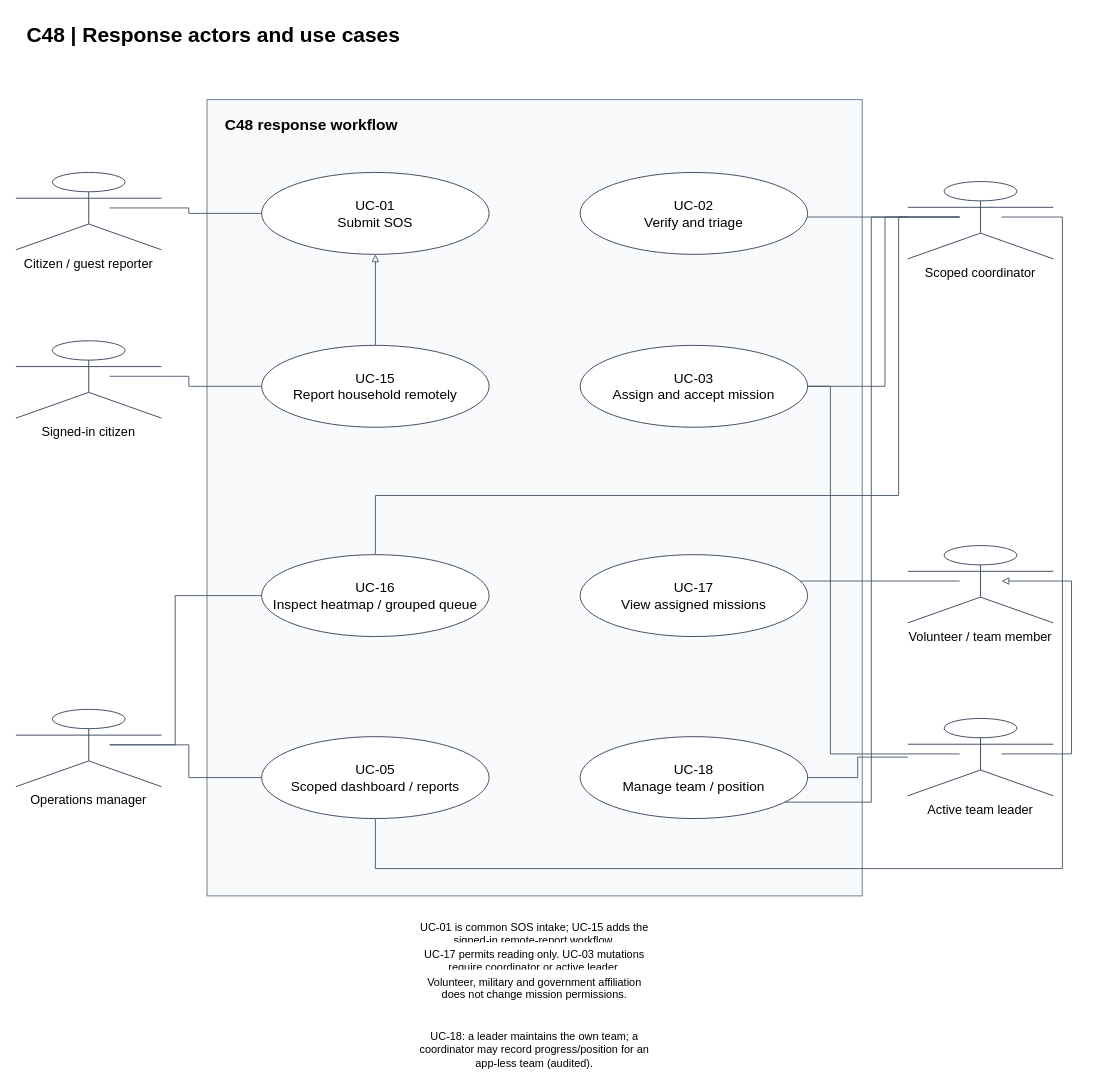
The draw.io diagram docs/diagrams/c48-response-use-cases.drawio in sangvirgo/disaster-relief-management, before the edit. Source tidied: cells renumbered, new cells numbered last; positions are measured from the earlier drawing's top-left corner, leaving out a move shared by most shapes. Both pictures are drawn from the tidied source at 91%, with x=0, y=0 at pixel (15, 15).
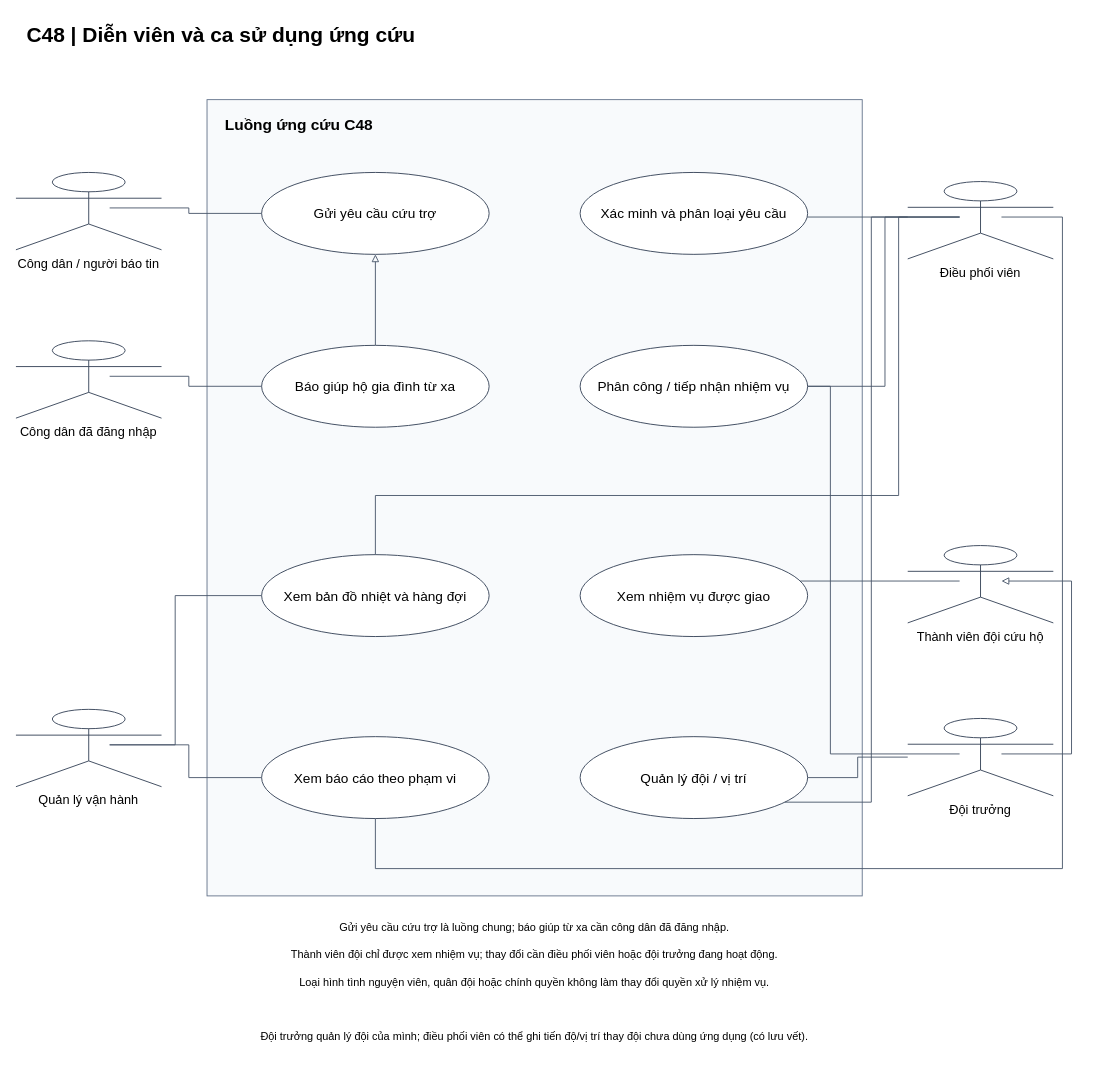
The same diagram, later.

Diff of the diagram source:
```diff
@@
-    <mxCell id="2" value="C48 | Response actors and use cases" style="text;html=0;fontSize=23;fontStyle=1;align=left;strokeColor=none;fillColor=none;" parent="1" vertex="1">
+    <mxCell id="2" value="C48 | Diễn viên và ca sử dụng ứng cứu" style="text;html=0;fontSize=23;fontStyle=1;align=left;strokeColor=none;fillColor=none;" parent="1" vertex="1">
       <mxGeometry x="10" width="1120" height="45" as="geometry" />
     </mxCell>
-    <mxCell id="3" value="C48 response workflow" style="rounded=0;whiteSpace=wrap;html=0;verticalAlign=top;align=left;spacingLeft=18;spacingTop=12;fontStyle=1;fontSize=17;fillColor=#f8fafc;strokeColor=#64748b;" parent="1" vertex="1">
+    <mxCell id="3" value="Luồng ứng cứu C48" style="rounded=0;whiteSpace=wrap;html=0;verticalAlign=top;align=left;spacingLeft=18;spacingTop=12;fontStyle=1;fontSize=17;fillColor=#f8fafc;strokeColor=#64748b;" parent="1" vertex="1">
       <mxGeometry x="210" y="92" width="720" height="875" as="geometry" />
     </mxCell>
@@
-    <mxCell id="16" value="Citizen / guest reporter" style="shape=umlActor;verticalLabelPosition=bottom;verticalAlign=top;html=0;outlineConnect=0;fillColor=#ffffff;strokeColor=#334155;fontSize=14;" parent="1" vertex="1">
+    <mxCell id="16" value="Công dân / người báo tin" style="shape=umlActor;verticalLabelPosition=bottom;verticalAlign=top;html=0;outlineConnect=0;fillColor=#ffffff;strokeColor=#334155;fontSize=14;" parent="1" vertex="1">
       <mxGeometry y="172" width="160" height="85" as="geometry" />
     </mxCell>
-    <mxCell id="17" value="Signed-in citizen" style="shape=umlActor;verticalLabelPosition=bottom;verticalAlign=top;html=0;outlineConnect=0;fillColor=#ffffff;strokeColor=#334155;fontSize=14;" parent="1" vertex="1">
+    <mxCell id="17" value="Công dân đã đăng nhập" style="shape=umlActor;verticalLabelPosition=bottom;verticalAlign=top;html=0;outlineConnect=0;fillColor=#ffffff;strokeColor=#334155;fontSize=14;" parent="1" vertex="1">
       <mxGeometry y="357" width="160" height="85" as="geometry" />
     </mxCell>
-    <mxCell id="18" value="Scoped coordinator" style="shape=umlActor;verticalLabelPosition=bottom;verticalAlign=top;html=0;outlineConnect=0;fillColor=#ffffff;strokeColor=#334155;fontSize=14;" parent="1" vertex="1">
+    <mxCell id="18" value="Điều phối viên" style="shape=umlActor;verticalLabelPosition=bottom;verticalAlign=top;html=0;outlineConnect=0;fillColor=#ffffff;strokeColor=#334155;fontSize=14;" parent="1" vertex="1">
       <mxGeometry x="980" y="182" width="160" height="85" as="geometry" />
     </mxCell>
-    <mxCell id="19" value="Volunteer / team member" style="shape=umlActor;verticalLabelPosition=bottom;verticalAlign=top;html=0;outlineConnect=0;fillColor=#ffffff;strokeColor=#334155;fontSize=14;" parent="1" vertex="1">
+    <mxCell id="19" value="Thành viên đội cứu hộ" style="shape=umlActor;verticalLabelPosition=bottom;verticalAlign=top;html=0;outlineConnect=0;fillColor=#ffffff;strokeColor=#334155;fontSize=14;" parent="1" vertex="1">
       <mxGeometry x="980" y="582" width="160" height="85" as="geometry" />
     </mxCell>
-    <mxCell id="20" value="Active team leader" style="shape=umlActor;verticalLabelPosition=bottom;verticalAlign=top;html=0;outlineConnect=0;fillColor=#ffffff;strokeColor=#334155;fontSize=14;" parent="1" vertex="1">
+    <mxCell id="20" value="Đội trưởng" style="shape=umlActor;verticalLabelPosition=bottom;verticalAlign=top;html=0;outlineConnect=0;fillColor=#ffffff;strokeColor=#334155;fontSize=14;" parent="1" vertex="1">
       <mxGeometry x="980" y="772" width="160" height="85" as="geometry" />
     </mxCell>
-    <mxCell id="21" value="Operations manager" style="shape=umlActor;verticalLabelPosition=bottom;verticalAlign=top;html=0;outlineConnect=0;fillColor=#ffffff;strokeColor=#334155;fontSize=14;" parent="1" vertex="1">
+    <mxCell id="21" value="Quản lý vận hành" style="shape=umlActor;verticalLabelPosition=bottom;verticalAlign=top;html=0;outlineConnect=0;fillColor=#ffffff;strokeColor=#334155;fontSize=14;" parent="1" vertex="1">
       <mxGeometry y="762" width="160" height="85" as="geometry" />
     </mxCell>
-    <mxCell id="22" value="UC-01&#10;Submit SOS" style="ellipse;whiteSpace=wrap;html=0;fontSize=15;fillColor=#ffffff;strokeColor=#334155;" parent="1" vertex="1">
+    <mxCell id="22" value="Gửi yêu cầu cứu trợ" style="ellipse;whiteSpace=wrap;html=0;fontSize=15;fillColor=#ffffff;strokeColor=#334155;" parent="1" vertex="1">
       <mxGeometry x="270" y="172" width="250" height="90" as="geometry" />
     </mxCell>
-    <mxCell id="23" value="UC-15&#10;Report household remotely" style="ellipse;whiteSpace=wrap;html=0;fontSize=15;fillColor=#ffffff;strokeColor=#334155;" parent="1" vertex="1">
+    <mxCell id="23" value="Báo giúp hộ gia đình từ xa" style="ellipse;whiteSpace=wrap;html=0;fontSize=15;fillColor=#ffffff;strokeColor=#334155;" parent="1" vertex="1">
       <mxGeometry x="270" y="362" width="250" height="90" as="geometry" />
     </mxCell>
-    <mxCell id="24" value="UC-02&#10;Verify and triage" style="ellipse;whiteSpace=wrap;html=0;fontSize=15;fillColor=#ffffff;strokeColor=#334155;" parent="1" vertex="1">
+    <mxCell id="24" value="Xác minh và phân loại yêu cầu" style="ellipse;whiteSpace=wrap;html=0;fontSize=15;fillColor=#ffffff;strokeColor=#334155;" parent="1" vertex="1">
       <mxGeometry x="620" y="172" width="250" height="90" as="geometry" />
     </mxCell>
-    <mxCell id="25" value="UC-03&#10;Assign and accept mission" style="ellipse;whiteSpace=wrap;html=0;fontSize=15;fillColor=#ffffff;strokeColor=#334155;" parent="1" vertex="1">
+    <mxCell id="25" value="Phân công / tiếp nhận nhiệm vụ" style="ellipse;whiteSpace=wrap;html=0;fontSize=15;fillColor=#ffffff;strokeColor=#334155;" parent="1" vertex="1">
       <mxGeometry x="620" y="362" width="250" height="90" as="geometry" />
     </mxCell>
-    <mxCell id="26" value="UC-16&#10;Inspect heatmap / grouped queue" style="ellipse;whiteSpace=wrap;html=0;fontSize=15;fillColor=#ffffff;strokeColor=#334155;" parent="1" vertex="1">
+    <mxCell id="26" value="Xem bản đồ nhiệt và hàng đợi" style="ellipse;whiteSpace=wrap;html=0;fontSize=15;fillColor=#ffffff;strokeColor=#334155;" parent="1" vertex="1">
       <mxGeometry x="270" y="592" width="250" height="90" as="geometry" />
     </mxCell>
-    <mxCell id="27" value="UC-05&#10;Scoped dashboard / reports" style="ellipse;whiteSpace=wrap;html=0;fontSize=15;fillColor=#ffffff;strokeColor=#334155;" parent="1" vertex="1">
+    <mxCell id="27" value="Xem báo cáo theo phạm vi" style="ellipse;whiteSpace=wrap;html=0;fontSize=15;fillColor=#ffffff;strokeColor=#334155;" parent="1" vertex="1">
       <mxGeometry x="270" y="792" width="250" height="90" as="geometry" />
     </mxCell>
-    <mxCell id="28" value="UC-17&#10;View assigned missions" style="ellipse;whiteSpace=wrap;html=0;fontSize=15;fillColor=#ffffff;strokeColor=#334155;" parent="1" vertex="1">
+    <mxCell id="28" value="Xem nhiệm vụ được giao" style="ellipse;whiteSpace=wrap;html=0;fontSize=15;fillColor=#ffffff;strokeColor=#334155;" parent="1" vertex="1">
       <mxGeometry x="620" y="592" width="250" height="90" as="geometry" />
     </mxCell>
-    <mxCell id="29" value="UC-18&#10;Manage team / position" style="ellipse;whiteSpace=wrap;html=0;fontSize=15;fillColor=#ffffff;strokeColor=#334155;" parent="1" vertex="1">
+    <mxCell id="29" value="Quản lý đội / vị trí" style="ellipse;whiteSpace=wrap;html=0;fontSize=15;fillColor=#ffffff;strokeColor=#334155;" parent="1" vertex="1">
       <mxGeometry x="620" y="792" width="250" height="90" as="geometry" />
     </mxCell>
@@
-    <mxCell id="32" value="UC-18: a leader maintains the own team; a coordinator may record progress/position for an app-less team (audited)." style="text;html=0;whiteSpace=wrap;strokeColor=none;fillColor=#ffffff;align=center;fontSize=12;" parent="1" vertex="1">
-      <mxGeometry x="440" y="1108" width="260" height="24" as="geometry" />
+    <mxCell id="32" value="Đội trưởng quản lý đội của mình; điều phối viên có thể ghi tiến độ/vị trí thay đội chưa dùng ứng dụng (có lưu vết)." style="text;html=0;whiteSpace=wrap;strokeColor=none;fillColor=#ffffff;align=center;fontSize=12;" parent="1" vertex="1">
+      <mxGeometry x="210" y="1108" width="720" height="28" as="geometry" />
     </mxCell>
-    <mxCell id="33" value="UC-01 is common SOS intake; UC-15 adds the signed-in remote-report workflow." style="text;html=0;whiteSpace=wrap;strokeColor=none;fillColor=#ffffff;align=center;fontSize=12;" parent="1" vertex="1">
-      <mxGeometry x="440" y="988" width="260" height="24" as="geometry" />
+    <mxCell id="33" value="Gửi yêu cầu cứu trợ là luồng chung; báo giúp từ xa cần công dân đã đăng nhập." style="text;html=0;whiteSpace=wrap;strokeColor=none;fillColor=#ffffff;align=center;fontSize=12;" parent="1" vertex="1">
+      <mxGeometry x="210" y="988" width="720" height="28" as="geometry" />
     </mxCell>
-    <mxCell id="34" value="UC-17 permits reading only. UC-03 mutations require coordinator or active leader." style="text;html=0;whiteSpace=wrap;strokeColor=none;fillColor=#ffffff;align=center;fontSize=12;" parent="1" vertex="1">
-      <mxGeometry x="440" y="1018" width="260" height="24" as="geometry" />
+    <mxCell id="34" value="Thành viên đội chỉ được xem nhiệm vụ; thay đổi cần điều phối viên hoặc đội trưởng đang hoạt động." style="text;html=0;whiteSpace=wrap;strokeColor=none;fillColor=#ffffff;align=center;fontSize=12;" parent="1" vertex="1">
+      <mxGeometry x="210" y="1018" width="720" height="28" as="geometry" />
     </mxCell>
-    <mxCell id="35" value="Volunteer, military and government affiliation does not change mission permissions." style="text;html=0;whiteSpace=wrap;strokeColor=none;fillColor=#ffffff;align=center;fontSize=12;" parent="1" vertex="1">
-      <mxGeometry x="440" y="1048" width="260" height="24" as="geometry" />
+    <mxCell id="35" value="Loại hình tình nguyện viên, quân đội hoặc chính quyền không làm thay đổi quyền xử lý nhiệm vụ." style="text;html=0;whiteSpace=wrap;strokeColor=none;fillColor=#ffffff;align=center;fontSize=12;" parent="1" vertex="1">
+      <mxGeometry x="210" y="1048" width="720" height="28" as="geometry" />
     </mxCell>
```
